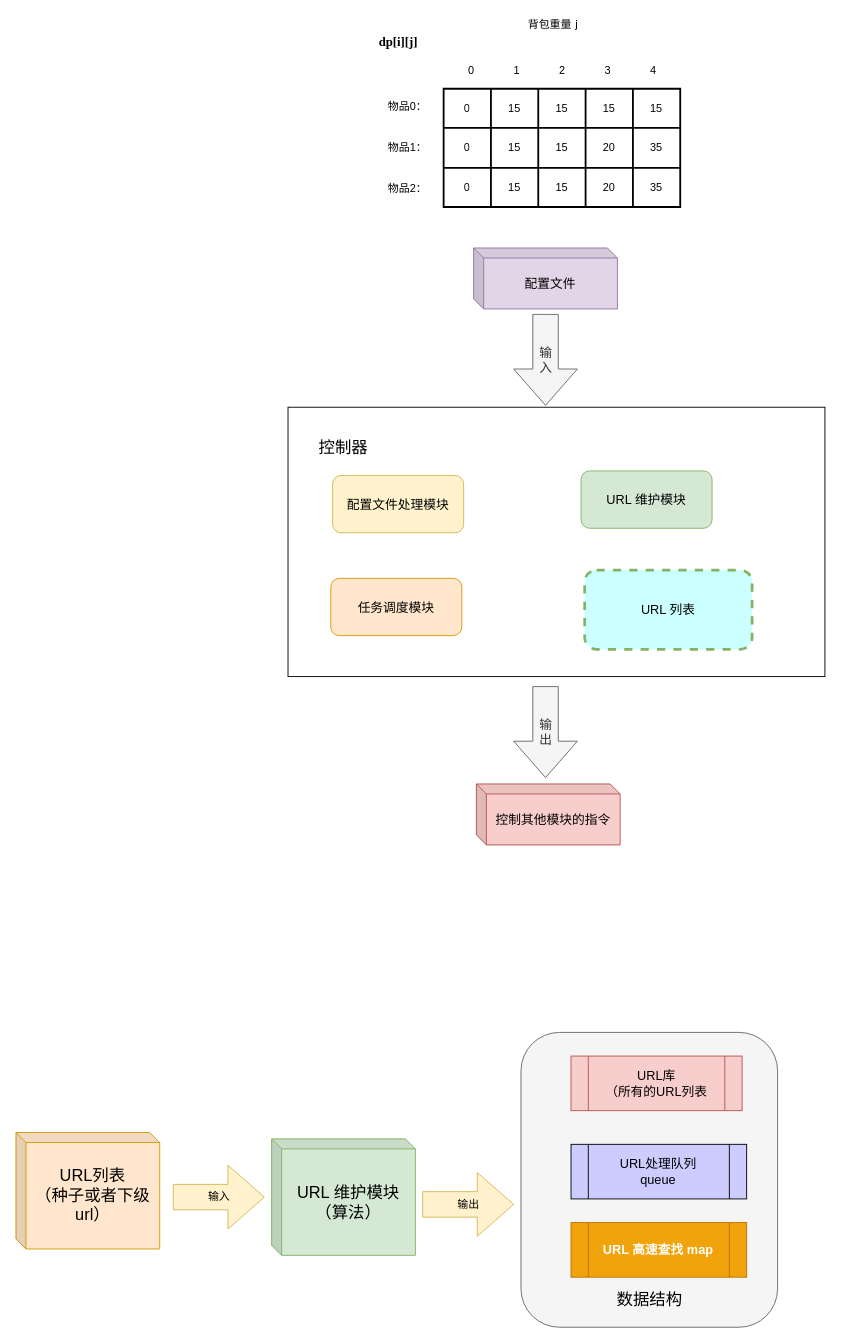
Above: page "爬虫项目" (2 of 5) of docs/workSpacePic/流程图.drawio in kenlin-00/kendall-cpp-view (draw.io), before the change. Source tidied: cells renumbered, new cells numbered last; positions are measured from the earlier drawing's top-left corner, leaving out a move shared by most shapes. Both pictures are drawn from the tidied source at 91%, with x=0, y=0 at pixel (15, 15).
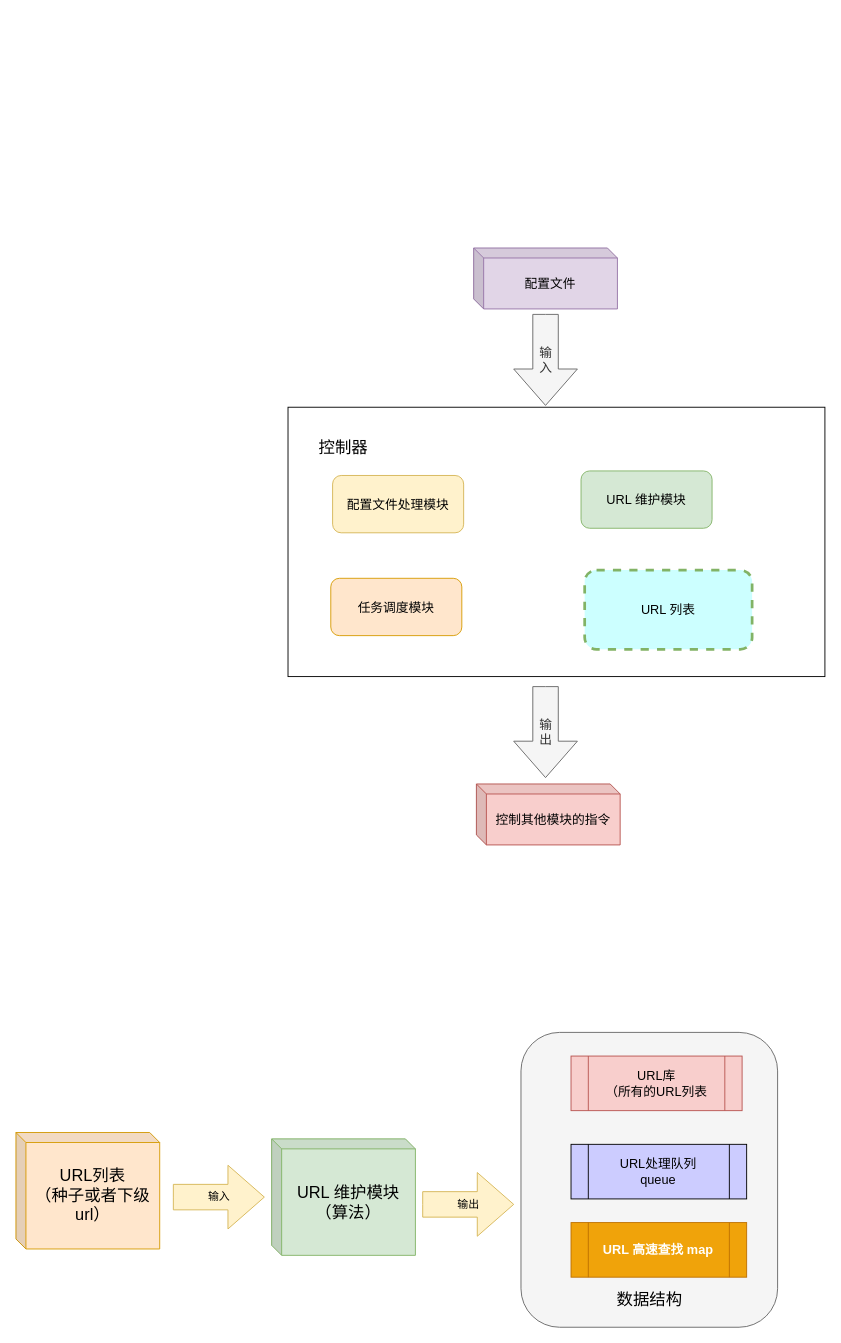
The same page after the edit.

The edit, as a diff of the source:
```diff
@@
-    <mxCell id="2" style="shape=table;html=1;whiteSpace=wrap;startSize=0;childLayout=tableLayout;strokeWidth=2;" parent="1" vertex="1">
-      <mxGeometry x="470" y="80" width="260" height="130" as="geometry" />
-    </mxCell>
-    <mxCell id="3" style="shape=partialRectangle;html=1;whiteSpace=wrap;fillColor=none;top=0;left=0;bottom=0;right=0;" parent="2" vertex="1">
-      <mxGeometry width="260" height="43" as="geometry" />
-    </mxCell>
-    <mxCell id="4" value="0" style="shape=partialRectangle;html=1;whiteSpace=wrap;fillColor=none;top=0;left=0;bottom=0;right=0;overflow=hidden;" parent="3" vertex="1">
-      <mxGeometry width="52" height="43" as="geometry" />
-    </mxCell>
-    <mxCell id="5" value="15" style="shape=partialRectangle;html=1;whiteSpace=wrap;fillColor=none;top=0;left=0;bottom=0;right=0;overflow=hidden;" parent="3" vertex="1">
-      <mxGeometry x="52" width="52" height="43" as="geometry" />
-    </mxCell>
-    <mxCell id="6" value="15" style="shape=partialRectangle;html=1;whiteSpace=wrap;fillColor=none;top=0;left=0;bottom=0;right=0;overflow=hidden;" parent="3" vertex="1">
-      <mxGeometry x="104" width="52" height="43" as="geometry" />
-    </mxCell>
-    <mxCell id="7" value="15" style="shape=partialRectangle;html=1;whiteSpace=wrap;fillColor=none;top=0;left=0;bottom=0;right=0;overflow=hidden;strokeWidth=5;" parent="3" vertex="1">
-      <mxGeometry x="156" width="52" height="43" as="geometry" />
-    </mxCell>
-    <mxCell id="8" value="15" style="shape=partialRectangle;html=1;whiteSpace=wrap;fillColor=none;top=0;left=0;bottom=0;right=0;overflow=hidden;strokeWidth=5;" parent="3" vertex="1">
-      <mxGeometry x="208" width="52" height="43" as="geometry" />
-    </mxCell>
-    <mxCell id="9" style="shape=partialRectangle;html=1;whiteSpace=wrap;fillColor=none;top=0;left=0;bottom=0;right=0;" parent="2" vertex="1">
-      <mxGeometry y="43" width="260" height="44" as="geometry" />
-    </mxCell>
-    <mxCell id="10" value="0" style="shape=partialRectangle;html=1;whiteSpace=wrap;fillColor=none;top=0;left=0;bottom=0;right=0;overflow=hidden;" parent="9" vertex="1">
-      <mxGeometry width="52" height="44" as="geometry" />
-    </mxCell>
-    <mxCell id="11" value="15" style="shape=partialRectangle;html=1;whiteSpace=wrap;fillColor=none;top=0;left=0;bottom=0;right=0;overflow=hidden;" parent="9" vertex="1">
-      <mxGeometry x="52" width="52" height="44" as="geometry" />
-    </mxCell>
-    <mxCell id="12" value="15" style="shape=partialRectangle;html=1;whiteSpace=wrap;fillColor=none;top=0;left=0;bottom=0;right=0;overflow=hidden;" parent="9" vertex="1">
-      <mxGeometry x="104" width="52" height="44" as="geometry" />
-    </mxCell>
-    <mxCell id="13" value="20" style="shape=partialRectangle;html=1;whiteSpace=wrap;fillColor=none;top=0;left=0;bottom=0;right=0;overflow=hidden;" parent="9" vertex="1">
-      <mxGeometry x="156" width="52" height="44" as="geometry" />
-    </mxCell>
-    <mxCell id="14" value="35" style="shape=partialRectangle;html=1;whiteSpace=wrap;fillColor=none;top=0;left=0;bottom=0;right=0;overflow=hidden;" parent="9" vertex="1">
-      <mxGeometry x="208" width="52" height="44" as="geometry" />
-    </mxCell>
-    <mxCell id="15" style="shape=partialRectangle;html=1;whiteSpace=wrap;fillColor=none;top=0;left=0;bottom=0;right=0;" parent="2" vertex="1">
-      <mxGeometry y="87" width="260" height="43" as="geometry" />
-    </mxCell>
-    <mxCell id="16" value="0" style="shape=partialRectangle;html=1;whiteSpace=wrap;fillColor=none;top=0;left=0;bottom=0;right=0;overflow=hidden;" parent="15" vertex="1">
-      <mxGeometry width="52" height="43" as="geometry" />
-    </mxCell>
-    <mxCell id="17" value="15" style="shape=partialRectangle;html=1;whiteSpace=wrap;fillColor=none;top=0;left=0;bottom=0;right=0;overflow=hidden;" parent="15" vertex="1">
-      <mxGeometry x="52" width="52" height="43" as="geometry" />
-    </mxCell>
-    <mxCell id="18" value="15" style="shape=partialRectangle;html=1;whiteSpace=wrap;fillColor=none;top=0;left=0;bottom=0;right=0;overflow=hidden;" parent="15" vertex="1">
-      <mxGeometry x="104" width="52" height="43" as="geometry" />
-    </mxCell>
-    <mxCell id="19" value="20" style="shape=partialRectangle;html=1;whiteSpace=wrap;fillColor=none;top=0;left=0;bottom=0;right=0;overflow=hidden;" parent="15" vertex="1">
-      <mxGeometry x="156" width="52" height="43" as="geometry" />
-    </mxCell>
-    <mxCell id="20" value="35" style="shape=partialRectangle;html=1;whiteSpace=wrap;fillColor=none;top=0;left=0;bottom=0;right=0;overflow=hidden;" parent="15" vertex="1">
-      <mxGeometry x="208" width="52" height="43" as="geometry" />
-    </mxCell>
-    <mxCell id="21" value="0" style="text;html=1;align=center;verticalAlign=middle;" parent="1" vertex="1">
-      <mxGeometry x="490" y="50" width="20" height="20" as="geometry" />
-    </mxCell>
-    <mxCell id="22" value="1" style="text;html=1;align=center;verticalAlign=middle;" parent="1" vertex="1">
-      <mxGeometry x="540" y="50" width="20" height="20" as="geometry" />
-    </mxCell>
-    <mxCell id="23" value="2" style="text;html=1;align=center;verticalAlign=middle;" parent="1" vertex="1">
-      <mxGeometry x="590" y="50" width="20" height="20" as="geometry" />
-    </mxCell>
-    <mxCell id="24" value="3" style="text;html=1;align=center;verticalAlign=middle;" parent="1" vertex="1">
-      <mxGeometry x="640" y="50" width="20" height="20" as="geometry" />
-    </mxCell>
-    <mxCell id="25" value="4" style="text;html=1;align=center;verticalAlign=middle;" parent="1" vertex="1">
-      <mxGeometry x="690" y="50" width="20" height="20" as="geometry" />
-    </mxCell>
-    <mxCell id="26" value="物品0：" style="text;html=1;align=center;verticalAlign=middle;" parent="1" vertex="1">
-      <mxGeometry x="400" y="90" width="60" height="20" as="geometry" />
-    </mxCell>
-    <mxCell id="27" value="物品1：" style="text;html=1;align=center;verticalAlign=middle;" parent="1" vertex="1">
-      <mxGeometry x="400" y="135" width="60" height="20" as="geometry" />
-    </mxCell>
-    <mxCell id="28" value="物品2：" style="text;html=1;align=center;verticalAlign=middle;" parent="1" vertex="1">
-      <mxGeometry x="400" y="180" width="60" height="20" as="geometry" />
-    </mxCell>
-    <mxCell id="29" value="&lt;font face=&quot;Times New Roman&quot; style=&quot;font-size: 14px&quot;&gt;&lt;b&gt;dp[i][j]&lt;/b&gt;&lt;/font&gt;" style="text;html=1;align=center;verticalAlign=middle;" parent="1" vertex="1">
-      <mxGeometry x="390" y="20" width="60" height="20" as="geometry" />
-    </mxCell>
-    <mxCell id="30" value="&lt;font face=&quot;Verdana&quot;&gt;背包重量 j&lt;/font&gt;" style="text;html=1;align=center;verticalAlign=middle;" parent="1" vertex="1">
-      <mxGeometry x="555" width="70" height="20" as="geometry" />
-    </mxCell>
```
